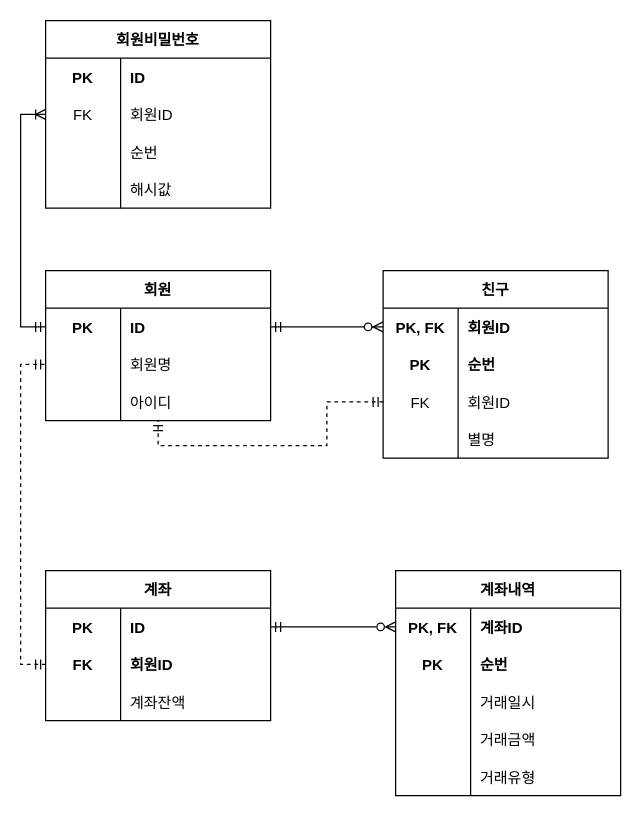
GangBean/bankingService keeps this draw.io diagram as 제목 없는 다이어그램.drawio. Above is the earlier version. Source tidied: cells renumbered, new cells numbered last; positions are measured from the earlier drawing's top-left corner, leaving out a move shared by most shapes. Both pictures are drawn from the tidied source at 125%, with x=0, y=0 at pixel (45, 20).
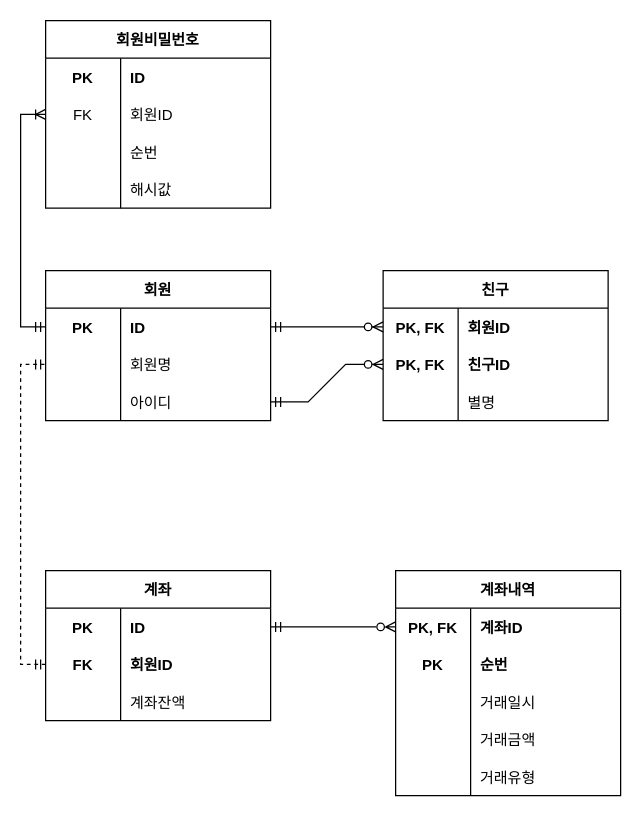
The same page after the edit.

Commit message:
제목 없는 다이어그램.drawio 업데이트

The change refers to these unchanged cells:
```xml
<mxCell id="9" style="shape=tableRow;horizontal=0;startSize=0;swimlaneHead=0;swimlaneBody=0;fillColor=none;points=[[0,0.5],[1,0.5]];portConstraint=eastwest;top=0;left=0;right=0;bottom=0;" parent="2" vertex="1">
  <mxGeometry y="90" width="180" height="30" as="geometry" />
</mxCell>
```

Change to the diagram source:
```diff
@@
     <mxCell id="25" value="친구" style="shape=table;startSize=30;childLayout=tableLayout;rowLines=0;fontStyle=1;align=center;" parent="1" vertex="1">
-      <mxGeometry x="270" y="200" width="180" height="150" as="geometry" />
+      <mxGeometry x="270" y="200" width="180" height="120" as="geometry" />
     </mxCell>
@@
-    <mxCell id="29" style="shape=tableRow;horizontal=0;startSize=0;swimlaneHead=0;swimlaneBody=0;top=0;left=0;right=0;bottom=0;strokeWidth=3;fillColor=none;strokeColor=#000000;" parent="25" vertex="1">
-      <mxGeometry y="60" width="180" height="30" as="geometry" />
-    </mxCell>
-    <mxCell id="30" value="PK" style="shape=partialRectangle;fillColor=none;top=0;left=0;bottom=0;right=0;fontStyle=1;overflow=hidden;" parent="29" vertex="1">
-      <mxGeometry width="60" height="30" as="geometry" />
-    </mxCell>
-    <mxCell id="31" value="순번" style="shape=partialRectangle;fillColor=none;top=0;left=0;bottom=0;right=0;align=left;spacingLeft=6;fontStyle=1;overflow=hidden;" parent="29" vertex="1">
-      <mxGeometry x="60" width="120" height="30" as="geometry" />
-    </mxCell>
     <mxCell id="32" style="shape=tableRow;horizontal=0;startSize=0;swimlaneHead=0;swimlaneBody=0;fillColor=none;points=[[0,0.5],[1,0.5]];portConstraint=eastwest;top=0;left=0;right=0;bottom=0;" parent="25" vertex="1">
-      <mxGeometry y="90" width="180" height="30" as="geometry" />
+      <mxGeometry y="60" width="180" height="30" as="geometry" />
     </mxCell>
-    <mxCell id="33" value="FK" style="shape=partialRectangle;fillColor=none;top=0;left=0;bottom=0;right=0;overflow=hidden;" parent="32" vertex="1">
+    <mxCell id="33" value="PK, FK" style="shape=partialRectangle;fillColor=none;top=0;left=0;bottom=0;right=0;overflow=hidden;fontStyle=1;" parent="32" vertex="1">
       <mxGeometry width="60" height="30" as="geometry" />
     </mxCell>
-    <mxCell id="34" value="회원ID" style="shape=partialRectangle;fillColor=none;top=0;left=0;bottom=0;right=0;align=left;spacingLeft=6;overflow=hidden;" parent="32" vertex="1">
+    <mxCell id="34" value="친구ID" style="shape=partialRectangle;fillColor=none;top=0;left=0;bottom=0;right=0;align=left;spacingLeft=6;overflow=hidden;fontStyle=1;" parent="32" vertex="1">
       <mxGeometry x="60" width="120" height="30" as="geometry" />
     </mxCell>
-    <mxCell id="35" style="shape=tableRow;horizontal=0;startSize=0;swimlaneHead=0;swimlaneBody=0;fillColor=none;top=0;left=0;right=0;bottom=0;" parent="25" vertex="1">
-      <mxGeometry y="120" width="180" height="30" as="geometry" />
-    </mxCell>
+    <mxCell id="69" style="shape=tableRow;horizontal=0;startSize=0;swimlaneHead=0;swimlaneBody=0;fillColor=none;top=0;left=0;right=0;bottom=0;" parent="25" vertex="1">
+      <mxGeometry y="90" width="180" height="30" as="geometry" />
+    </mxCell>
-    <mxCell id="36" style="shape=partialRectangle;fillColor=none;top=0;left=0;bottom=0;right=0;overflow=hidden;" parent="35" vertex="1">
+    <mxCell id="36" style="shape=partialRectangle;fillColor=none;top=0;left=0;bottom=0;right=0;overflow=hidden;" parent="69" vertex="1">
       <mxGeometry width="60" height="30" as="geometry" />
     </mxCell>
-    <mxCell id="37" value="별명" style="shape=partialRectangle;fillColor=none;top=0;left=0;bottom=0;right=0;align=left;spacingLeft=6;overflow=hidden;" parent="35" vertex="1">
+    <mxCell id="37" value="별명" style="shape=partialRectangle;fillColor=none;top=0;left=0;bottom=0;right=0;align=left;spacingLeft=6;overflow=hidden;" parent="69" vertex="1">
       <mxGeometry x="60" width="120" height="30" as="geometry" />
     </mxCell>
@@
-    <mxCell id="40" style="edgeStyle=orthogonalEdgeStyle;rounded=0;jettySize=auto;html=1;exitX=0;exitY=0.5;exitDx=0;exitDy=0;entryX=0.5;entryY=1;entryDx=0;entryDy=0;entryPerimeter=0;startArrow=ERmandOne;startFill=0;endArrow=ERmandOne;endFill=0;dashed=1;" parent="1" edge="1" source="32" target="9">
-      <mxGeometry relative="1" as="geometry" />
-    </mxCell>
@@
+    <mxCell id="70" style="edgeStyle=entityRelationEdgeStyle;fontSize=12;html=1;endArrow=ERzeroToMany;startArrow=ERmandOne;rounded=0;entryX=0;entryY=0.5;entryDx=0;entryDy=0;" parent="1" edge="1" source="9" target="32">
+      <mxGeometry relative="1" as="geometry" />
+    </mxCell>
```
